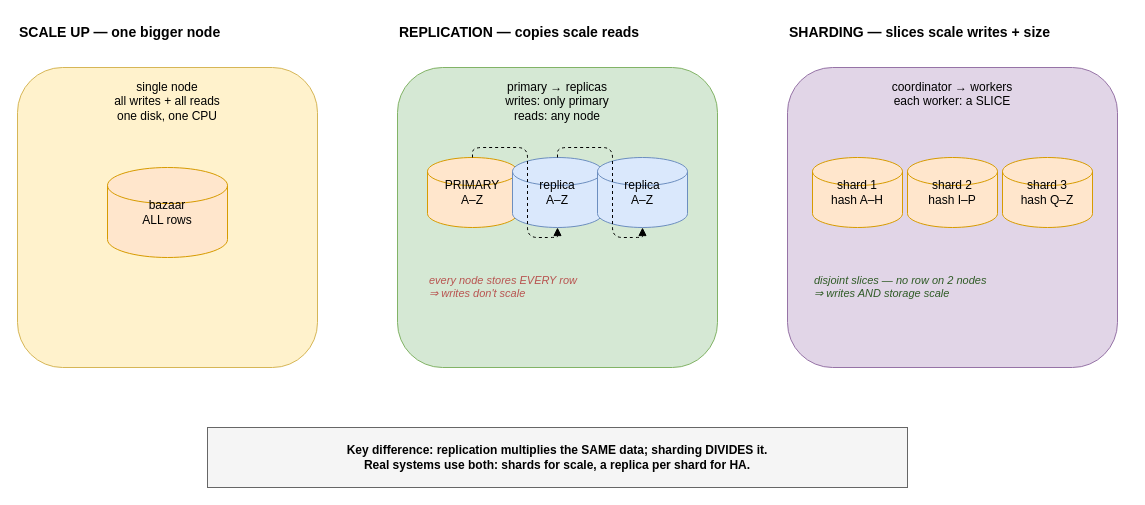
Before: docs/diagrams/sharding-vs-replication.drawio in nitinkc/db-sharding, a draw.io diagram. Source tidied: cells renumbered, new cells numbered last; positions are measured from the earlier drawing's top-left corner, leaving out a move shared by most shapes. Both pictures are drawn from the tidied source at 100%, with x=0, y=0 at pixel (17, 17).
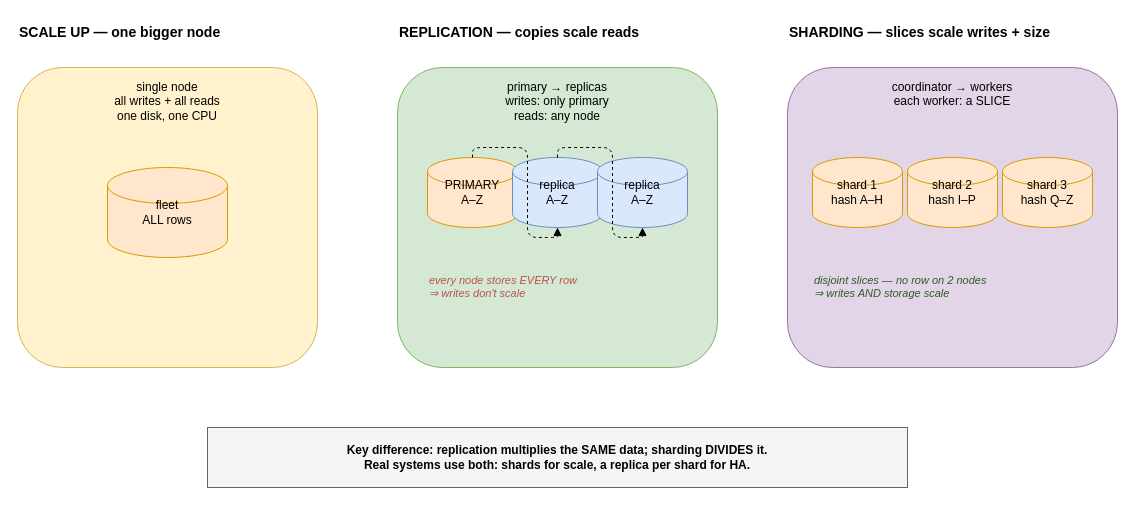
Above is the later version.

The edit, as a diff of the source:
```diff
@@
 <mxGraphModel>
   <root>
     <mxCell id="0" />
     <mxCell id="1" parent="0" />
     <mxCell id="2" value="SCALE UP — one bigger node" style="text;html=1;fontSize=14;fontStyle=1;" parent="1" vertex="1">
       <mxGeometry width="300" height="24" as="geometry" />
     </mxCell>
     <mxCell id="3" value="REPLICATION — copies scale reads" style="text;html=1;fontSize=14;fontStyle=1;" parent="1" vertex="1">
       <mxGeometry x="380" width="320" height="24" as="geometry" />
     </mxCell>
     <mxCell id="4" value="SHARDING — slices scale writes + size" style="text;html=1;fontSize=14;fontStyle=1;" parent="1" vertex="1">
       <mxGeometry x="770" width="340" height="24" as="geometry" />
     </mxCell>
     <mxCell id="5" value="single node&#10;all writes + all reads&#10;one disk, one CPU" style="rounded=1;html=1;whiteSpace=wrap;fillColor=#fff2cc;strokeColor=#d6b656;verticalAlign=top;spacingTop=6;" parent="1" vertex="1">
       <mxGeometry y="50" width="300" height="300" as="geometry" />
     </mxCell>
-    <mxCell id="6" value="bazaar&#10;ALL rows" style="shape=cylinder3;html=1;whiteSpace=wrap;fillColor=#ffe6cc;strokeColor=#d79b00;size=18;" parent="1" vertex="1">
+    <mxCell id="6" value="fleet&#10;ALL rows" style="shape=cylinder3;html=1;whiteSpace=wrap;fillColor=#ffe6cc;strokeColor=#d79b00;size=18;" parent="1" vertex="1">
       <mxGeometry x="90" y="150" width="120" height="90" as="geometry" />
     </mxCell>
     <mxCell id="7" value="primary → replicas&#10;writes: only primary&#10;reads: any node" style="rounded=1;html=1;whiteSpace=wrap;fillColor=#d5e8d4;strokeColor=#82b366;verticalAlign=top;spacingTop=6;" parent="1" vertex="1">
       <mxGeometry x="380" y="50" width="320" height="300" as="geometry" />
     </mxCell>
     <mxCell id="8" value="PRIMARY&#10;A–Z" style="shape=cylinder3;html=1;whiteSpace=wrap;fillColor=#ffe6cc;strokeColor=#d79b00;size=14;" parent="1" vertex="1">
       <mxGeometry x="410" y="140" width="90" height="70" as="geometry" />
     </mxCell>
     <mxCell id="9" value="replica&#10;A–Z" style="shape=cylinder3;html=1;whiteSpace=wrap;fillColor=#dae8fc;strokeColor=#6c8ebf;size=14;" parent="1" vertex="1">
       <mxGeometry x="495" y="140" width="90" height="70" as="geometry" />
     </mxCell>
     <mxCell id="10" value="replica&#10;A–Z" style="shape=cylinder3;html=1;whiteSpace=wrap;fillColor=#dae8fc;strokeColor=#6c8ebf;size=14;" parent="1" vertex="1">
       <mxGeometry x="580" y="140" width="90" height="70" as="geometry" />
     </mxCell>
     <mxCell id="11" value="every node stores EVERY row&#10;⇒ writes don't scale" style="text;html=1;fontSize=11;fontStyle=2;fontColor=#b85450;" parent="1" vertex="1">
       <mxGeometry x="410" y="250" width="260" height="40" as="geometry" />
     </mxCell>
     <mxCell id="12" style="edgeStyle=orthogonalEdgeStyle;html=1;endArrow=block;dashed=1;" parent="1" edge="1" source="8" target="9">
       <mxGeometry relative="1" as="geometry" />
     </mxCell>
     <mxCell id="13" style="edgeStyle=orthogonalEdgeStyle;html=1;endArrow=block;dashed=1;" parent="1" edge="1" source="9" target="10">
       <mxGeometry relative="1" as="geometry" />
     </mxCell>
     <mxCell id="14" value="coordinator → workers&#10;each worker: a SLICE" style="rounded=1;html=1;whiteSpace=wrap;fillColor=#e1d5e7;strokeColor=#9673a6;verticalAlign=top;spacingTop=6;" parent="1" vertex="1">
       <mxGeometry x="770" y="50" width="330" height="300" as="geometry" />
     </mxCell>
     <mxCell id="15" value="shard 1&#10;hash A–H" style="shape=cylinder3;html=1;whiteSpace=wrap;fillColor=#ffe6cc;strokeColor=#d79b00;size=14;" parent="1" vertex="1">
       <mxGeometry x="795" y="140" width="90" height="70" as="geometry" />
     </mxCell>
     <mxCell id="16" value="shard 2&#10;hash I–P" style="shape=cylinder3;html=1;whiteSpace=wrap;fillColor=#ffe6cc;strokeColor=#d79b00;size=14;" parent="1" vertex="1">
       <mxGeometry x="890" y="140" width="90" height="70" as="geometry" />
     </mxCell>
     <mxCell id="17" value="shard 3&#10;hash Q–Z" style="shape=cylinder3;html=1;whiteSpace=wrap;fillColor=#ffe6cc;strokeColor=#d79b00;size=14;" parent="1" vertex="1">
       <mxGeometry x="985" y="140" width="90" height="70" as="geometry" />
     </mxCell>
     <mxCell id="18" value="disjoint slices — no row on 2 nodes&#10;⇒ writes AND storage scale" style="text;html=1;fontSize=11;fontStyle=2;fontColor=#2f5b26;" parent="1" vertex="1">
       <mxGeometry x="795" y="250" width="280" height="40" as="geometry" />
     </mxCell>
     <mxCell id="19" value="Key difference: replication multiplies the SAME data; sharding DIVIDES it.&#10;Real systems use both: shards for scale, a replica per shard for HA." style="rounded=0;html=1;whiteSpace=wrap;fillColor=#f5f5f5;strokeColor=#666666;fontStyle=1;" parent="1" vertex="1">
       <mxGeometry x="190" y="410" width="700" height="60" as="geometry" />
     </mxCell>
   </root>
 </mxGraphModel>
```
